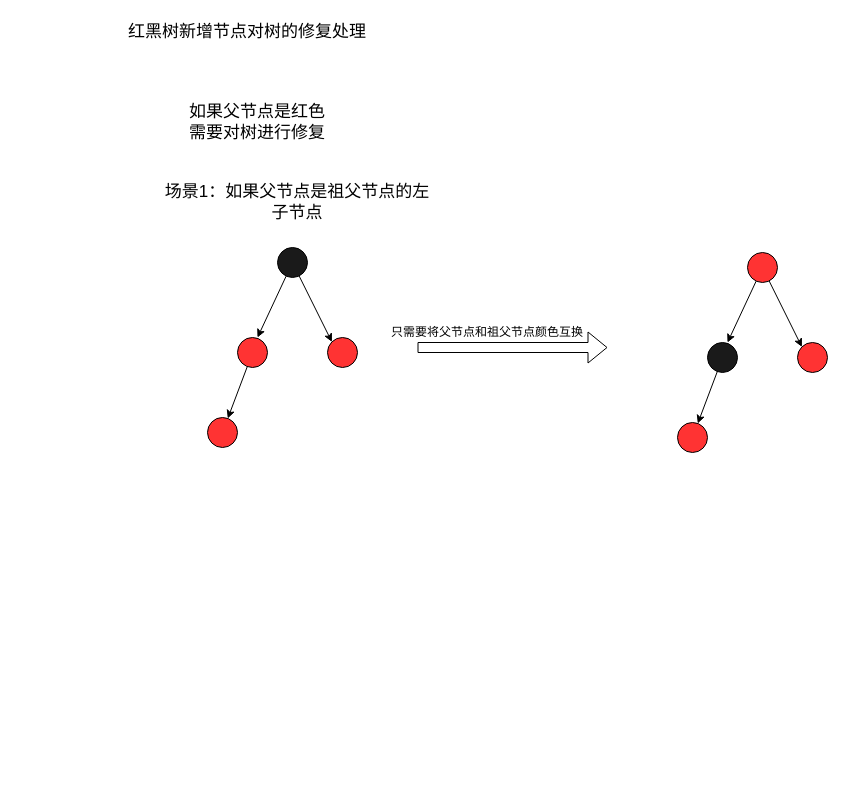
Before: 数据结构.drawio in hlcgithub/draw, a draw.io diagram. Source tidied: cells renumbered, new cells numbered last; positions are measured from the earlier drawing's top-left corner, leaving out a move shared by most shapes. Both pictures are drawn from the tidied source at 100%, with x=0, y=0 at pixel (107, 17).
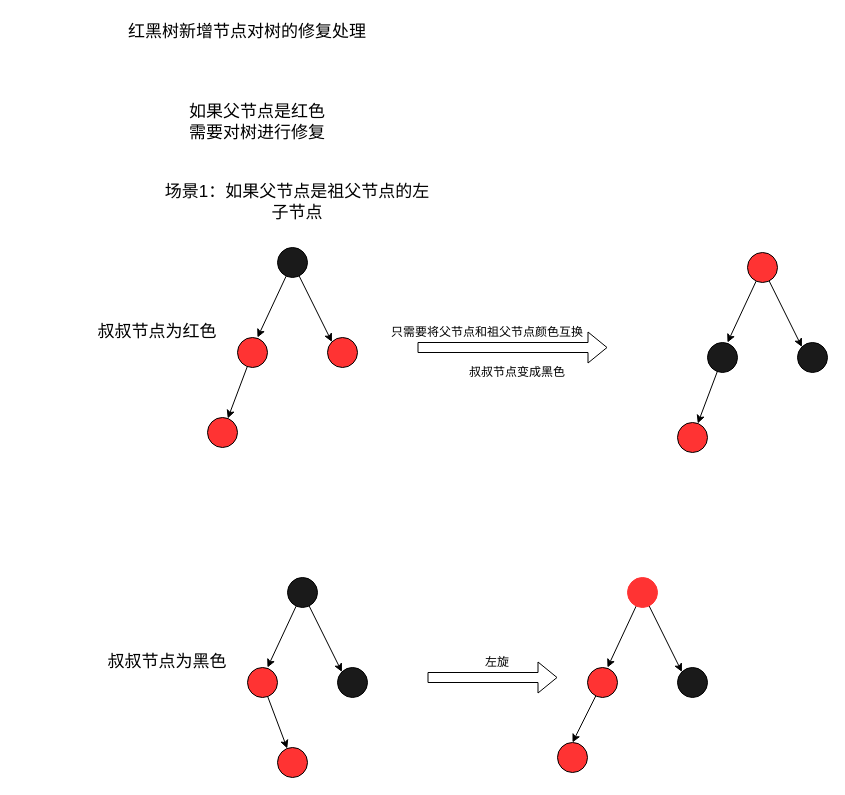
Above is the later version.

What changed in the source:
```diff
@@
-    <mxCell id="20" style="ellipse;whiteSpace=wrap;html=1;fillColor=#FF3333;" parent="1" vertex="1">
+    <mxCell id="20" style="ellipse;whiteSpace=wrap;html=1;fillColor=#1A1A1A;" parent="1" vertex="1">
       <mxGeometry x="690" y="325" width="30" height="30" as="geometry" />
     </mxCell>
+    <mxCell id="21" value="叔叔节点变成黑色" style="text;html=1;whiteSpace=wrap;strokeColor=none;fillColor=none;align=center;verticalAlign=middle;rounded=0;" parent="1" vertex="1">
+      <mxGeometry x="350" y="340" width="120" height="30" as="geometry" />
+    </mxCell>
+    <mxCell id="22" value="叔叔节点为红色" style="text;html=1;whiteSpace=wrap;strokeColor=none;fillColor=none;align=center;verticalAlign=middle;rounded=0;fontSize=17;" parent="1" vertex="1">
+      <mxGeometry x="-90" y="300" width="280" height="30" as="geometry" />
+    </mxCell>
+    <mxCell id="23" style="rounded=0;jettySize=auto;html=1;" parent="1" edge="1" source="24" target="25">
+      <mxGeometry relative="1" as="geometry" />
+    </mxCell>
+    <mxCell id="24" style="ellipse;whiteSpace=wrap;html=1;fillColor=#FF3333;" parent="1" vertex="1">
+      <mxGeometry x="140" y="650" width="30" height="30" as="geometry" />
+    </mxCell>
+    <mxCell id="25" style="ellipse;whiteSpace=wrap;html=1;fillColor=#FF3333;" parent="1" vertex="1">
+      <mxGeometry x="170" y="730" width="30" height="30" as="geometry" />
+    </mxCell>
+    <mxCell id="26" style="rounded=0;jettySize=auto;html=1;" parent="1" edge="1" source="28">
+      <mxGeometry relative="1" as="geometry">
+        <mxPoint x="160" y="650" as="targetPoint" />
+      </mxGeometry>
+    </mxCell>
+    <mxCell id="27" style="rounded=0;jettySize=auto;html=1;entryX=0;entryY=0;entryDx=0;entryDy=0;" parent="1" edge="1" source="28" target="30">
+      <mxGeometry relative="1" as="geometry" />
+    </mxCell>
+    <mxCell id="28" style="ellipse;whiteSpace=wrap;html=1;fillColor=#1A1A1A;" parent="1" vertex="1">
+      <mxGeometry x="180" y="560" width="30" height="30" as="geometry" />
+    </mxCell>
+    <mxCell id="29" style="shape=flexArrow;endArrow=classic;html=1;rounded=0;" parent="1" edge="1">
+      <mxGeometry relative="1" as="geometry">
+        <mxPoint x="320" y="660" as="sourcePoint" />
+        <mxPoint x="450" y="660" as="targetPoint" />
+      </mxGeometry>
+    </mxCell>
+    <mxCell id="30" style="ellipse;whiteSpace=wrap;html=1;fillColor=#1A1A1A;" parent="1" vertex="1">
+      <mxGeometry x="230" y="650" width="30" height="30" as="geometry" />
+    </mxCell>
+    <mxCell id="31" value="左旋" style="text;html=1;whiteSpace=wrap;strokeColor=none;fillColor=none;align=center;verticalAlign=middle;rounded=0;" parent="1" vertex="1">
+      <mxGeometry x="365" y="630" width="50" height="30" as="geometry" />
+    </mxCell>
+    <mxCell id="32" style="ellipse;whiteSpace=wrap;html=1;fillColor=#FF3333;" parent="1" vertex="1">
+      <mxGeometry x="450" y="725" width="30" height="30" as="geometry" />
+    </mxCell>
+    <mxCell id="33" style="rounded=0;jettySize=auto;html=1;entryX=0.5;entryY=0;entryDx=0;entryDy=0;" parent="1" edge="1" source="34" target="32">
+      <mxGeometry relative="1" as="geometry" />
+    </mxCell>
+    <mxCell id="34" style="ellipse;whiteSpace=wrap;html=1;fillColor=#FF3333;" parent="1" vertex="1">
+      <mxGeometry x="480" y="650" width="30" height="30" as="geometry" />
+    </mxCell>
+    <mxCell id="35" style="rounded=0;jettySize=auto;html=1;" parent="1" edge="1" source="37">
+      <mxGeometry relative="1" as="geometry">
+        <mxPoint x="500" y="650" as="targetPoint" />
+      </mxGeometry>
+    </mxCell>
+    <mxCell id="36" style="rounded=0;jettySize=auto;html=1;entryX=0;entryY=0;entryDx=0;entryDy=0;" parent="1" edge="1" source="37" target="38">
+      <mxGeometry relative="1" as="geometry" />
+    </mxCell>
+    <mxCell id="37" style="ellipse;whiteSpace=wrap;html=1;fillColor=#FF3333;strokeColor=#FF3333;" parent="1" vertex="1">
+      <mxGeometry x="520" y="560" width="30" height="30" as="geometry" />
+    </mxCell>
+    <mxCell id="38" style="ellipse;whiteSpace=wrap;html=1;fillColor=#1A1A1A;" parent="1" vertex="1">
+      <mxGeometry x="570" y="650" width="30" height="30" as="geometry" />
+    </mxCell>
+    <mxCell id="39" value="叔叔节点为黑色" style="text;html=1;whiteSpace=wrap;strokeColor=none;fillColor=none;align=center;verticalAlign=middle;rounded=0;fontSize=17;" parent="1" vertex="1">
+      <mxGeometry x="-80" y="630" width="280" height="30" as="geometry" />
+    </mxCell>
```
